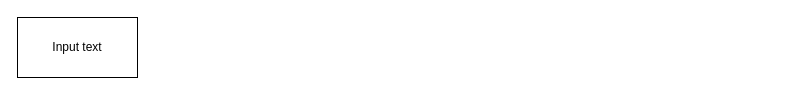
Before: NER_PIPELINE.drawio in srijoy-paul/Resume_analysis_and_job_description_matching_model, a draw.io diagram. Source tidied: cells renumbered, new cells numbered last; positions are measured from the earlier drawing's top-left corner, leaving out a move shared by most shapes. Both pictures are drawn from the tidied source at 100%, with x=0, y=0 at pixel (17, 17).
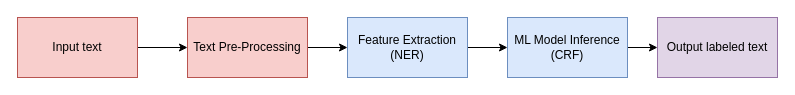
The same diagram, later.

What changed in the source:
```diff
@@
 <mxGraphModel>
   <root>
     <mxCell id="0" />
     <mxCell id="1" parent="0" />
+    <mxCell id="3" style="edgeStyle=orthogonalEdgeStyle;rounded=0;jettySize=auto;html=1;exitX=1;exitY=0.5;exitDx=0;exitDy=0;entryX=0;entryY=0.5;entryDx=0;entryDy=0;" parent="1" edge="1" source="2" target="5">
+      <mxGeometry relative="1" as="geometry" />
+    </mxCell>
-    <mxCell id="2" value="Input text" style="rounded=0;whiteSpace=wrap;html=1;" parent="1" vertex="1">
+    <mxCell id="2" value="Input text" style="rounded=0;whiteSpace=wrap;html=1;fillColor=#f8cecc;strokeColor=#b85450;" parent="1" vertex="1">
       <mxGeometry width="120" height="60" as="geometry" />
     </mxCell>
+    <mxCell id="4" style="edgeStyle=orthogonalEdgeStyle;rounded=0;jettySize=auto;html=1;exitX=1;exitY=0.5;exitDx=0;exitDy=0;entryX=0;entryY=0.5;entryDx=0;entryDy=0;" parent="1" edge="1" source="5" target="7">
+      <mxGeometry relative="1" as="geometry" />
+    </mxCell>
+    <mxCell id="5" value="Text Pre-Processing" style="rounded=0;whiteSpace=wrap;html=1;fillColor=#f8cecc;strokeColor=#b85450;" parent="1" vertex="1">
+      <mxGeometry x="170" width="120" height="60" as="geometry" />
+    </mxCell>
+    <mxCell id="6" style="edgeStyle=orthogonalEdgeStyle;rounded=0;jettySize=auto;html=1;exitX=1;exitY=0.5;exitDx=0;exitDy=0;entryX=0;entryY=0.5;entryDx=0;entryDy=0;" parent="1" edge="1" source="7" target="9">
+      <mxGeometry relative="1" as="geometry" />
+    </mxCell>
+    <mxCell id="7" value="Feature Extraction&lt;br&gt;(NER)" style="rounded=0;whiteSpace=wrap;html=1;fillColor=#dae8fc;strokeColor=#6c8ebf;" parent="1" vertex="1">
+      <mxGeometry x="330" width="120" height="60" as="geometry" />
+    </mxCell>
+    <mxCell id="8" style="edgeStyle=orthogonalEdgeStyle;rounded=0;jettySize=auto;html=1;exitX=1;exitY=0.5;exitDx=0;exitDy=0;entryX=0;entryY=0.5;entryDx=0;entryDy=0;" parent="1" edge="1" source="9" target="10">
+      <mxGeometry relative="1" as="geometry" />
+    </mxCell>
+    <mxCell id="9" value="ML Model Inference&lt;br&gt;(CRF)" style="rounded=0;whiteSpace=wrap;html=1;fillColor=#dae8fc;strokeColor=#6c8ebf;" parent="1" vertex="1">
+      <mxGeometry x="490" width="120" height="60" as="geometry" />
+    </mxCell>
+    <mxCell id="10" value="Output labeled text" style="rounded=0;whiteSpace=wrap;html=1;fillColor=#e1d5e7;strokeColor=#9673a6;" parent="1" vertex="1">
+      <mxGeometry x="640" width="120" height="60" as="geometry" />
+    </mxCell>
   </root>
 </mxGraphModel>
```
